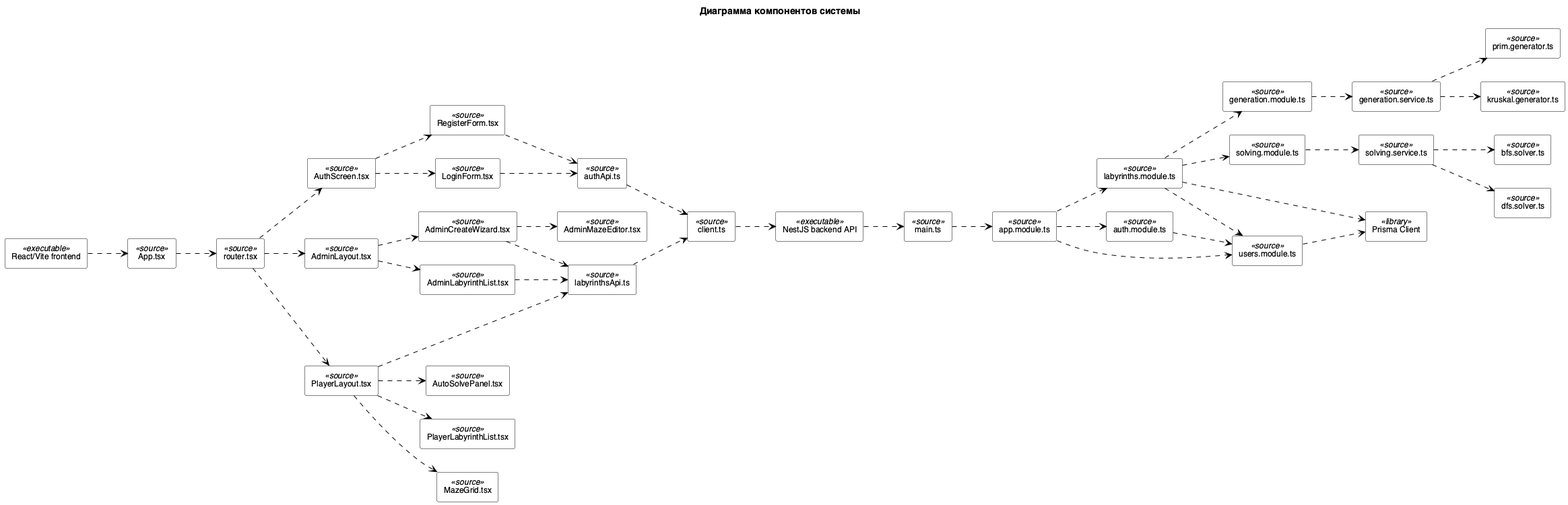
ozcnii/software-engineering keeps this PlantUML diagram as diagrams/components/component-diagram.png. Above is the earlier version.
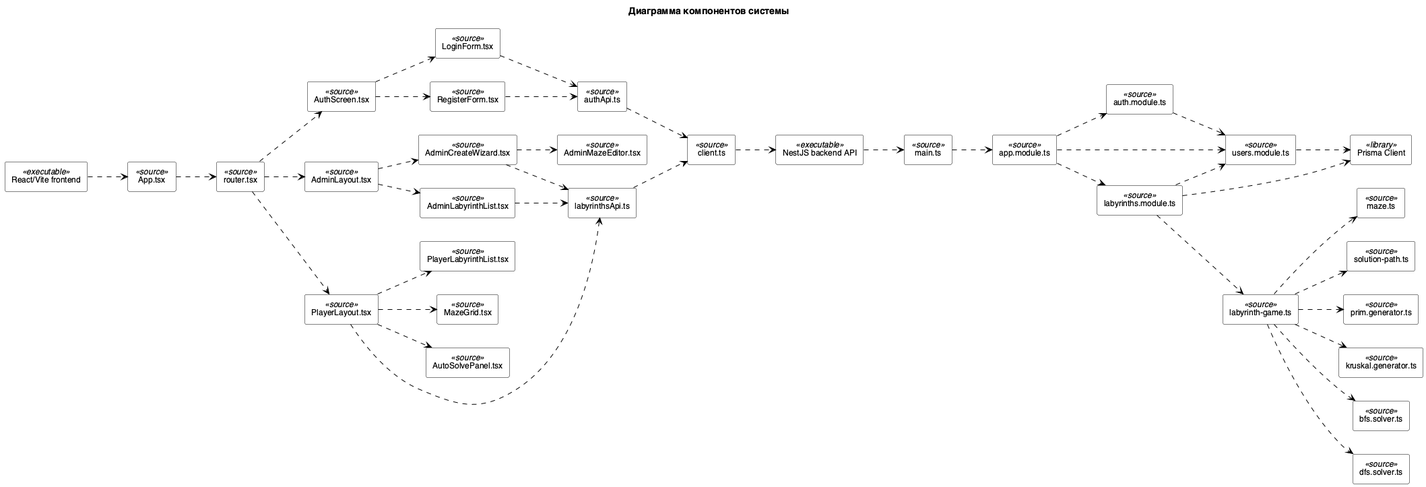
The same diagram one commit later.

The edit, as a diff of the source:
```diff
@@ -38,10 +38,9 @@
 component "auth.module.ts" <<source>> as AuthModule
 component "users.module.ts" <<source>> as UsersModule
 component "labyrinths.module.ts" <<source>> as LabyrinthsModule
-component "generation.module.ts" <<source>> as GenerationModule
-component "solving.module.ts" <<source>> as SolvingModule
-component "generation.service.ts" <<source>> as GenerationService
-component "solving.service.ts" <<source>> as SolvingService
+component "labyrinth-game.ts" <<source>> as LabyrinthGame
+component "maze.ts" <<source>> as Maze
+component "solution-path.ts" <<source>> as SolutionPath
 component "prim.generator.ts" <<source>> as PrimGenerator
 component "kruskal.generator.ts" <<source>> as KruskalGenerator
 component "bfs.solver.ts" <<source>> as BfsSolver
@@ -78,14 +77,13 @@
 AppModule ..> LabyrinthsModule
 AuthModule ..> UsersModule
 LabyrinthsModule ..> UsersModule
-LabyrinthsModule ..> GenerationModule
-LabyrinthsModule ..> SolvingModule
-GenerationModule ..> GenerationService
-SolvingModule ..> SolvingService
-GenerationService ..> PrimGenerator
-GenerationService ..> KruskalGenerator
-SolvingService ..> BfsSolver
-SolvingService ..> DfsSolver
+LabyrinthsModule ..> LabyrinthGame
+LabyrinthGame ..> Maze
+LabyrinthGame ..> SolutionPath
+LabyrinthGame ..> PrimGenerator
+LabyrinthGame ..> KruskalGenerator
+LabyrinthGame ..> BfsSolver
+LabyrinthGame ..> DfsSolver
 UsersModule ..> PrismaClient
 LabyrinthsModule ..> PrismaClient
 
```
